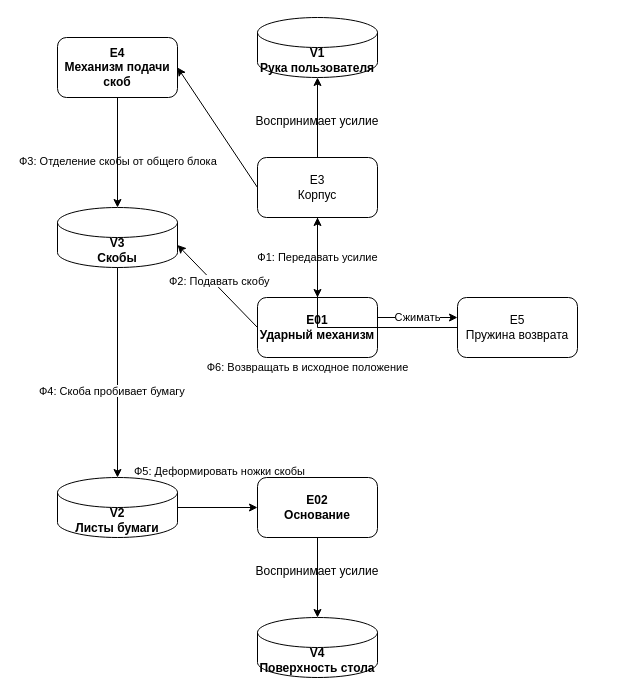
Above: Диаграмма без названия.drawio.xml in L1mon228RUS/hello (draw.io), before the change. Source tidied: cells renumbered, new cells numbered last; positions are measured from the earlier drawing's top-left corner, leaving out a move shared by most shapes. Both pictures are drawn from the tidied source at 100%, with x=0, y=0 at pixel (17, 17).
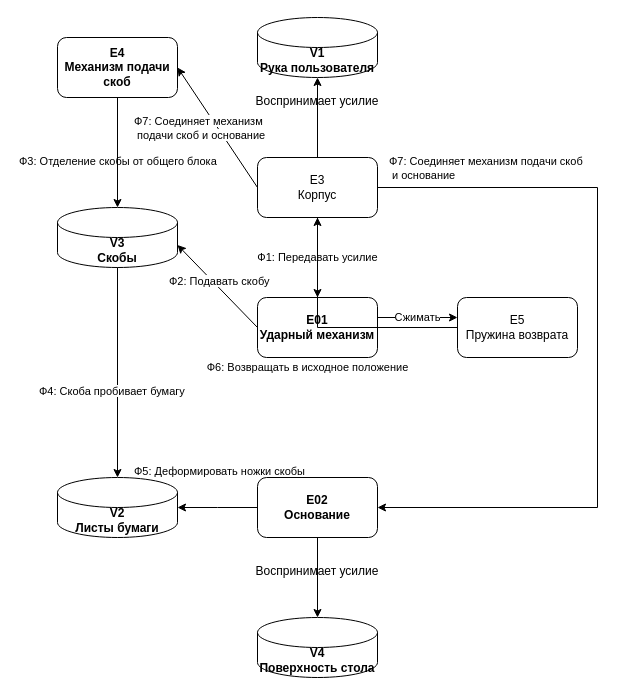
The same diagram, later.

The change refers to these unchanged cells:
```xml
<mxCell id="5" value="E02&lt;br&gt;Основание" style="rounded=1;whiteSpace=wrap;html=1;fontStyle=1;" parent="1" vertex="1">
  <mxGeometry x="240" y="460" width="120" height="60" as="geometry" />
</mxCell>
<mxCell id="6" value="E3&lt;br&gt;Корпус" style="rounded=1;whiteSpace=wrap;html=1;" parent="1" vertex="1">
  <mxGeometry x="240" y="140" width="120" height="60" as="geometry" />
</mxCell>
<mxCell id="9" value="V2&lt;br&gt;Листы бумаги" style="shape=cylinder3;whiteSpace=wrap;html=1;boundedLbl=1;backgroundOutline=1;fontStyle=1;" parent="1" vertex="1">
  <mxGeometry x="40" y="460" width="120" height="60" as="geometry" />
</mxCell>
```

Diff of the diagram source:
```diff
@@
-    <mxCell id="14" style="edgeStyle=orthogonalEdgeStyle;rounded=0;jettySize=auto;html=1;" parent="1" edge="1" source="9" target="5">
-      <mxGeometry relative="1" as="geometry" />
-    </mxCell>
@@
     <mxCell id="18" value="Воспринимает усилие" style="text;whiteSpace=wrap;html=1;align=center;" parent="1" vertex="1">
-      <mxGeometry x="225" y="90" width="150" height="40" as="geometry" />
+      <mxGeometry x="225" y="70" width="150" height="40" as="geometry" />
     </mxCell>
@@
+    <mxCell id="28" style="endArrow=classic;html=1;rounded=0;exitX=0;exitY=0.5;exitDx=0;exitDy=0;entryX=1;entryY=0.5;entryDx=0;entryDy=0;entryPerimeter=0;" parent="1" edge="1" source="5" target="9">
+      <mxGeometry relative="1" as="geometry">
+        <Array as="points">
+          <mxPoint x="200" y="490" />
+        </Array>
+      </mxGeometry>
+    </mxCell>
+    <mxCell id="29" style="endArrow=none;html=1;rounded=0;exitX=1;exitY=0.5;exitDx=0;exitDy=0;" parent="1" edge="1" source="6">
+      <mxGeometry relative="1" as="geometry">
+        <mxPoint x="580" y="170" as="targetPoint" />
+      </mxGeometry>
+    </mxCell>
+    <mxCell id="30" style="endArrow=none;html=1;rounded=0;" parent="1" edge="1">
+      <mxGeometry relative="1" as="geometry">
+        <mxPoint x="580" y="170" as="sourcePoint" />
+        <mxPoint x="580" y="490" as="targetPoint" />
+      </mxGeometry>
+    </mxCell>
+    <mxCell id="31" style="endArrow=classic;html=1;rounded=0;entryX=1;entryY=0.5;entryDx=0;entryDy=0;" parent="1" edge="1" target="5">
+      <mxGeometry relative="1" as="geometry">
+        <mxPoint x="580" y="490" as="sourcePoint" />
+      </mxGeometry>
+    </mxCell>
+    <mxCell id="32" value="&lt;span style=&quot;color: rgb(0, 0, 0); font-family: Helvetica; font-size: 11px; font-style: normal; font-variant-ligatures: normal; font-variant-caps: normal; font-weight: 400; letter-spacing: normal; orphans: 2; text-align: center; text-indent: 0px; text-transform: none; widows: 2; word-spacing: 0px; -webkit-text-stroke-width: 0px; white-space: nowrap; background-color: rgb(255, 255, 255); text-decoration-thickness: initial; text-decoration-style: initial; text-decoration-color: initial; float: none; display: inline !important;&quot;&gt;Ф7: Соединяет механизм подачи скоб&lt;br&gt;&amp;nbsp;и основание&lt;/span&gt;" style="text;whiteSpace=wrap;html=1;" parent="1" vertex="1">
+      <mxGeometry x="370" y="130" width="200" height="40" as="geometry" />
+    </mxCell>
+    <mxCell id="33" value="&lt;span style=&quot;color: rgb(0, 0, 0); font-family: Helvetica; font-size: 11px; font-style: normal; font-variant-ligatures: normal; font-variant-caps: normal; font-weight: 400; letter-spacing: normal; orphans: 2; text-align: center; text-indent: 0px; text-transform: none; widows: 2; word-spacing: 0px; -webkit-text-stroke-width: 0px; white-space: nowrap; background-color: rgb(255, 255, 255); text-decoration-thickness: initial; text-decoration-style: initial; text-decoration-color: initial; float: none; display: inline !important;&quot;&gt;Ф7: Соединяет механизм&lt;br&gt;&amp;nbsp;подачи скоб&amp;nbsp;и основание&lt;/span&gt;" style="text;whiteSpace=wrap;html=1;" parent="1" vertex="1">
+      <mxGeometry x="115" y="90" width="140" height="40" as="geometry" />
+    </mxCell>
```
